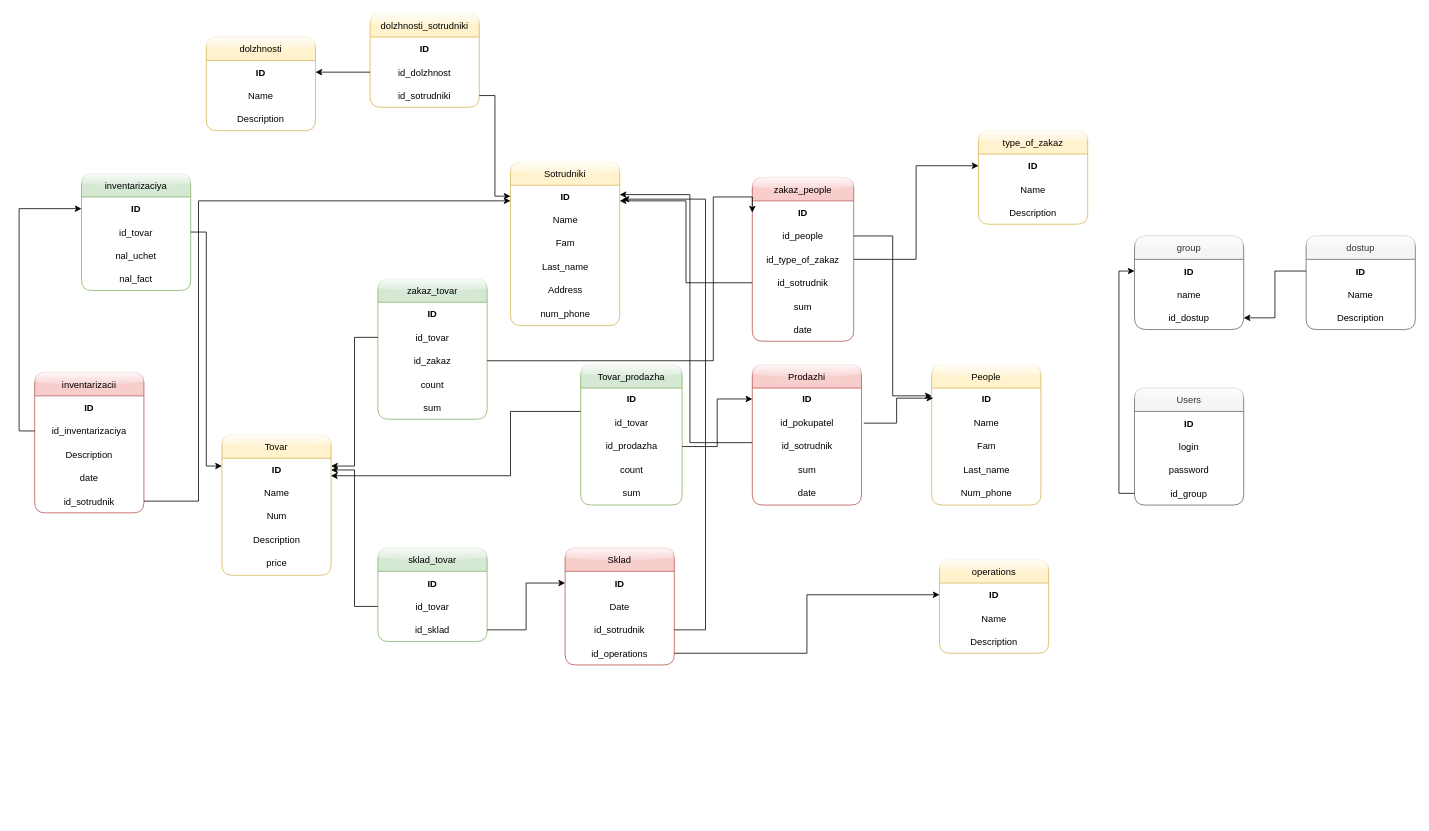
Before: Диаграмма без названия.drawio in OGdanik/db_diagrams, a draw.io diagram. Source tidied: cells renumbered, new cells numbered last; positions are measured from the earlier drawing's top-left corner, leaving out a move shared by most shapes. Both pictures are drawn from the tidied source at 78%, with x=0, y=0 at pixel (34, 13).
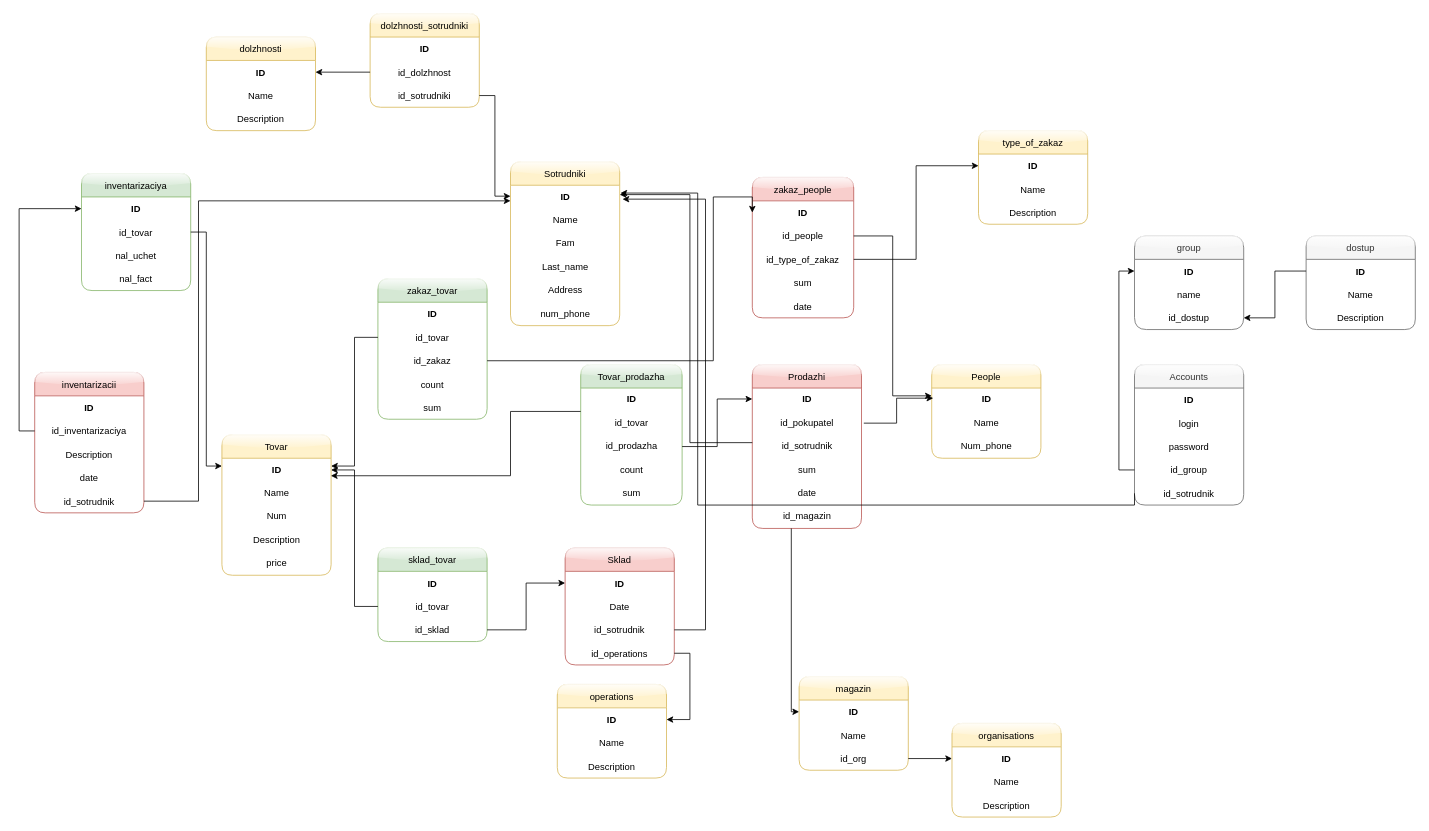
The same diagram, later.

Unchanged cells that the change refers to:
```xml
<mxCell id="29" value="&lt;div align=&quot;center&quot;&gt;&lt;b&gt;ID&lt;/b&gt;&lt;/div&gt;" style="text;html=1;align=center;verticalAlign=middle;points=[];strokeColor=none;fillColor=none;" parent="28" vertex="1">
  <mxGeometry y="30" width="140" height="30" as="geometry" />
</mxCell>
<mxCell id="50" value="id_operations" style="text;strokeColor=none;fillColor=none;align=center;verticalAlign=middle;spacingLeft=4;spacingRight=4;overflow=hidden;points=[[0,0.5],[1,0.5]];portConstraint=eastwest;rounded=1;shadow=0;glass=1;sketch=0;fontStyle=0;" parent="46" vertex="1">
  <mxGeometry y="120" width="140" height="30" as="geometry" />
</mxCell>
<mxCell id="52" value="ID" style="text;strokeColor=none;fillColor=none;align=center;verticalAlign=middle;spacingLeft=4;spacingRight=4;overflow=hidden;points=[[0,0.5],[1,0.5]];portConstraint=eastwest;rounded=1;shadow=0;glass=1;sketch=0;fontStyle=1;" parent="51" vertex="1">
  <mxGeometry y="30" width="140" height="30" as="geometry" />
</mxCell>
```

Change to the diagram source:
```diff
@@
     <mxCell id="2" value="People" style="swimlane;fontStyle=0;horizontal=1;startSize=30;fillColor=#fff2cc;strokeColor=#d6b656;swimlaneFillColor=default;perimeterSpacing=1;rounded=1;shadow=0;sketch=0;glass=1;swimlaneLine=1;" parent="1" vertex="1">
-      <mxGeometry x="1150" y="450" width="140" height="180" as="geometry" />
+      <mxGeometry x="1150" y="450" width="140" height="120" as="geometry" />
     </mxCell>
@@
-    <mxCell id="5" value="Fam" style="text;html=1;align=center;verticalAlign=middle;strokeColor=none;fillColor=none;" parent="2" vertex="1">
-      <mxGeometry y="90" width="140" height="30" as="geometry" />
-    </mxCell>
-    <mxCell id="6" value="Last_name" style="text;html=1;align=center;verticalAlign=middle;strokeColor=none;fillColor=none;" parent="2" vertex="1">
-      <mxGeometry y="120" width="140" height="30" as="geometry" />
-    </mxCell>
     <mxCell id="7" value="Num_phone" style="text;html=1;align=center;verticalAlign=middle;strokeColor=none;fillColor=none;" parent="2" vertex="1">
-      <mxGeometry y="150" width="140" height="30" as="geometry" />
+      <mxGeometry y="90" width="140" height="30" as="geometry" />
     </mxCell>
@@
     <mxCell id="9" value="Prodazhi" style="swimlane;fontStyle=0;horizontal=1;startSize=30;fillColor=#f8cecc;strokeColor=#b85450;swimlaneFillColor=default;rounded=1;shadow=0;sketch=0;glass=1;" parent="1" vertex="1">
-      <mxGeometry x="920" y="450" width="140" height="180" as="geometry" />
+      <mxGeometry x="920" y="450" width="140" height="210" as="geometry" />
     </mxCell>
@@
+    <mxCell id="115" value="id_magazin" style="text;html=1;align=center;verticalAlign=middle;points=[];strokeColor=none;fillColor=none;" parent="9" vertex="1">
+      <mxGeometry y="180" width="140" height="30" as="geometry" />
+    </mxCell>
@@
     <mxCell id="51" value="operations" style="swimlane;fontStyle=0;horizontal=1;startSize=30;rounded=1;shadow=0;glass=1;sketch=0;gradientColor=none;fillColor=#fff2cc;strokeColor=#d6b656;swimlaneFillColor=default;" parent="1" vertex="1">
-      <mxGeometry x="1160" y="700" width="140" height="120" as="geometry" />
+      <mxGeometry x="670" y="860" width="140" height="120" as="geometry" />
     </mxCell>
@@
-    <mxCell id="55" style="edgeStyle=orthogonalEdgeStyle;rounded=0;jettySize=auto;html=1;exitX=1;exitY=0.5;exitDx=0;exitDy=0;entryX=0;entryY=0.5;entryDx=0;entryDy=0;" parent="1" edge="1" source="50" target="52">
+    <mxCell id="55" style="edgeStyle=orthogonalEdgeStyle;rounded=0;jettySize=auto;html=1;exitX=1;exitY=0.5;exitDx=0;exitDy=0;entryX=1;entryY=0.5;entryDx=0;entryDy=0;" parent="1" edge="1" source="50" target="52">
       <mxGeometry relative="1" as="geometry" />
     </mxCell>
@@
     <mxCell id="63" value="zakaz_people" style="swimlane;fontStyle=0;horizontal=1;startSize=30;rounded=1;shadow=0;glass=1;sketch=0;fillColor=#f8cecc;strokeColor=#b85450;swimlaneFillColor=default;" parent="1" vertex="1">
-      <mxGeometry x="920" y="210" width="130" height="210" as="geometry" />
+      <mxGeometry x="920" y="210" width="130" height="180" as="geometry" />
     </mxCell>
@@
-    <mxCell id="67" value="id_sotrudnik" style="text;strokeColor=none;fillColor=none;align=center;verticalAlign=middle;spacingLeft=4;spacingRight=4;overflow=hidden;points=[[0,0.5],[1,0.5]];portConstraint=eastwest;rounded=1;shadow=0;glass=1;sketch=0;fontStyle=0;" parent="63" vertex="1">
-      <mxGeometry y="120" width="130" height="30" as="geometry" />
-    </mxCell>
     <mxCell id="68" value="sum" style="text;strokeColor=none;fillColor=none;align=center;verticalAlign=middle;spacingLeft=4;spacingRight=4;overflow=hidden;rounded=1;shadow=0;glass=1;sketch=0;fontStyle=0;" parent="63" vertex="1">
-      <mxGeometry y="150" width="130" height="30" as="geometry" />
+      <mxGeometry y="120" width="130" height="30" as="geometry" />
     </mxCell>
     <mxCell id="69" value="date" style="text;strokeColor=none;fillColor=none;align=center;verticalAlign=middle;spacingLeft=4;spacingRight=4;overflow=hidden;rounded=1;shadow=0;glass=1;sketch=0;fontStyle=0;" parent="63" vertex="1">
-      <mxGeometry y="180" width="130" height="30" as="geometry" />
+      <mxGeometry y="150" width="130" height="30" as="geometry" />
     </mxCell>
@@
-    <mxCell id="84" style="edgeStyle=orthogonalEdgeStyle;rounded=0;jettySize=auto;html=1;entryX=1;entryY=0.667;entryDx=0;entryDy=0;entryPerimeter=0;" parent="1" edge="1" source="67" target="29">
-      <mxGeometry relative="1" as="geometry" />
-    </mxCell>
@@
-    <mxCell id="99" value="Users" style="swimlane;fontStyle=0;horizontal=1;startSize=30;rounded=1;shadow=0;glass=1;sketch=0;fillColor=#f5f5f5;strokeColor=#666666;swimlaneFillColor=default;fontColor=#333333;" parent="1" vertex="1">
-      <mxGeometry x="1410" y="480" width="140" height="150" as="geometry" />
+    <mxCell id="99" value="Accounts" style="swimlane;fontStyle=0;horizontal=1;startSize=30;rounded=1;shadow=0;glass=1;sketch=0;fillColor=#f5f5f5;strokeColor=#666666;swimlaneFillColor=default;fontColor=#333333;" parent="1" vertex="1">
+      <mxGeometry x="1410" y="450" width="140" height="180" as="geometry" />
     </mxCell>
@@
+    <mxCell id="67" value="id_sotrudnik" style="text;strokeColor=none;fillColor=none;align=center;verticalAlign=middle;spacingLeft=4;spacingRight=4;overflow=hidden;points=[[0,0.5],[1,0.5]];portConstraint=eastwest;rounded=1;shadow=0;glass=1;sketch=0;fontStyle=0;" parent="99" vertex="1">
+      <mxGeometry y="150" width="140" height="30" as="geometry" />
+    </mxCell>
@@
+    <mxCell id="116" value="organisations" style="swimlane;fontStyle=0;horizontal=1;startSize=30;rounded=1;shadow=0;glass=1;sketch=0;gradientColor=none;fillColor=#fff2cc;strokeColor=#d6b656;swimlaneFillColor=default;" parent="1" vertex="1">
+      <mxGeometry x="1176" y="910" width="140" height="120" as="geometry" />
+    </mxCell>
+    <mxCell id="117" value="ID" style="text;strokeColor=none;fillColor=none;align=center;verticalAlign=middle;spacingLeft=4;spacingRight=4;overflow=hidden;points=[[0,0.5],[1,0.5]];portConstraint=eastwest;rounded=1;shadow=0;glass=1;sketch=0;fontStyle=1;" parent="116" vertex="1">
+      <mxGeometry y="30" width="140" height="30" as="geometry" />
+    </mxCell>
+    <mxCell id="118" value="Name" style="text;strokeColor=none;fillColor=none;align=center;verticalAlign=middle;spacingLeft=4;spacingRight=4;overflow=hidden;rounded=1;shadow=0;glass=1;sketch=0;fontStyle=0;" parent="116" vertex="1">
+      <mxGeometry y="60" width="140" height="30" as="geometry" />
+    </mxCell>
+    <mxCell id="119" value="Description" style="text;strokeColor=none;fillColor=none;align=center;verticalAlign=middle;spacingLeft=4;spacingRight=4;overflow=hidden;rounded=1;shadow=0;glass=1;sketch=0;fontStyle=0;" parent="116" vertex="1">
+      <mxGeometry y="90" width="140" height="30" as="geometry" />
+    </mxCell>
+    <mxCell id="120" value="magazin" style="swimlane;fontStyle=0;horizontal=1;startSize=30;rounded=1;shadow=0;glass=1;sketch=0;gradientColor=none;fillColor=#fff2cc;strokeColor=#d6b656;swimlaneFillColor=default;" parent="1" vertex="1">
+      <mxGeometry x="980" y="850" width="140" height="120" as="geometry" />
+    </mxCell>
+    <mxCell id="121" value="ID" style="text;strokeColor=none;fillColor=none;align=center;verticalAlign=middle;spacingLeft=4;spacingRight=4;overflow=hidden;points=[[0,0.5],[1,0.5]];portConstraint=eastwest;rounded=1;shadow=0;glass=1;sketch=0;fontStyle=1;" parent="120" vertex="1">
+      <mxGeometry y="30" width="140" height="30" as="geometry" />
+    </mxCell>
+    <mxCell id="122" value="Name" style="text;strokeColor=none;fillColor=none;align=center;verticalAlign=middle;spacingLeft=4;spacingRight=4;overflow=hidden;rounded=1;shadow=0;glass=1;sketch=0;fontStyle=0;" parent="120" vertex="1">
+      <mxGeometry y="60" width="140" height="30" as="geometry" />
+    </mxCell>
+    <mxCell id="123" value="id_org" style="text;strokeColor=none;fillColor=none;align=center;verticalAlign=middle;spacingLeft=4;spacingRight=4;overflow=hidden;points=[[0,0.5],[1,0.5]];portConstraint=eastwest;rounded=1;shadow=0;glass=1;sketch=0;fontStyle=0;" parent="120" vertex="1">
+      <mxGeometry y="90" width="140" height="30" as="geometry" />
+    </mxCell>
+    <mxCell id="124" style="edgeStyle=orthogonalEdgeStyle;rounded=0;jettySize=auto;html=1;exitX=1;exitY=0.5;exitDx=0;exitDy=0;entryX=0;entryY=0.5;entryDx=0;entryDy=0;" parent="1" edge="1" source="123" target="117">
+      <mxGeometry relative="1" as="geometry" />
+    </mxCell>
+    <mxCell id="125" style="edgeStyle=orthogonalEdgeStyle;rounded=0;jettySize=auto;html=1;exitX=0;exitY=0.5;exitDx=0;exitDy=0;" parent="1" edge="1" source="67">
+      <mxGeometry relative="1" as="geometry">
+        <mxPoint x="751" y="230" as="targetPoint" />
+        <Array as="points">
+          <mxPoint x="1410" y="630" />
+          <mxPoint x="850" y="630" />
+          <mxPoint x="850" y="230" />
+        </Array>
+      </mxGeometry>
+    </mxCell>
+    <mxCell id="126" style="edgeStyle=orthogonalEdgeStyle;rounded=0;jettySize=auto;html=1;entryX=0;entryY=0.5;entryDx=0;entryDy=0;" parent="1" edge="1" source="115" target="121">
+      <mxGeometry relative="1" as="geometry">
+        <Array as="points">
+          <mxPoint x="970" y="895" />
+        </Array>
+      </mxGeometry>
+    </mxCell>
```
